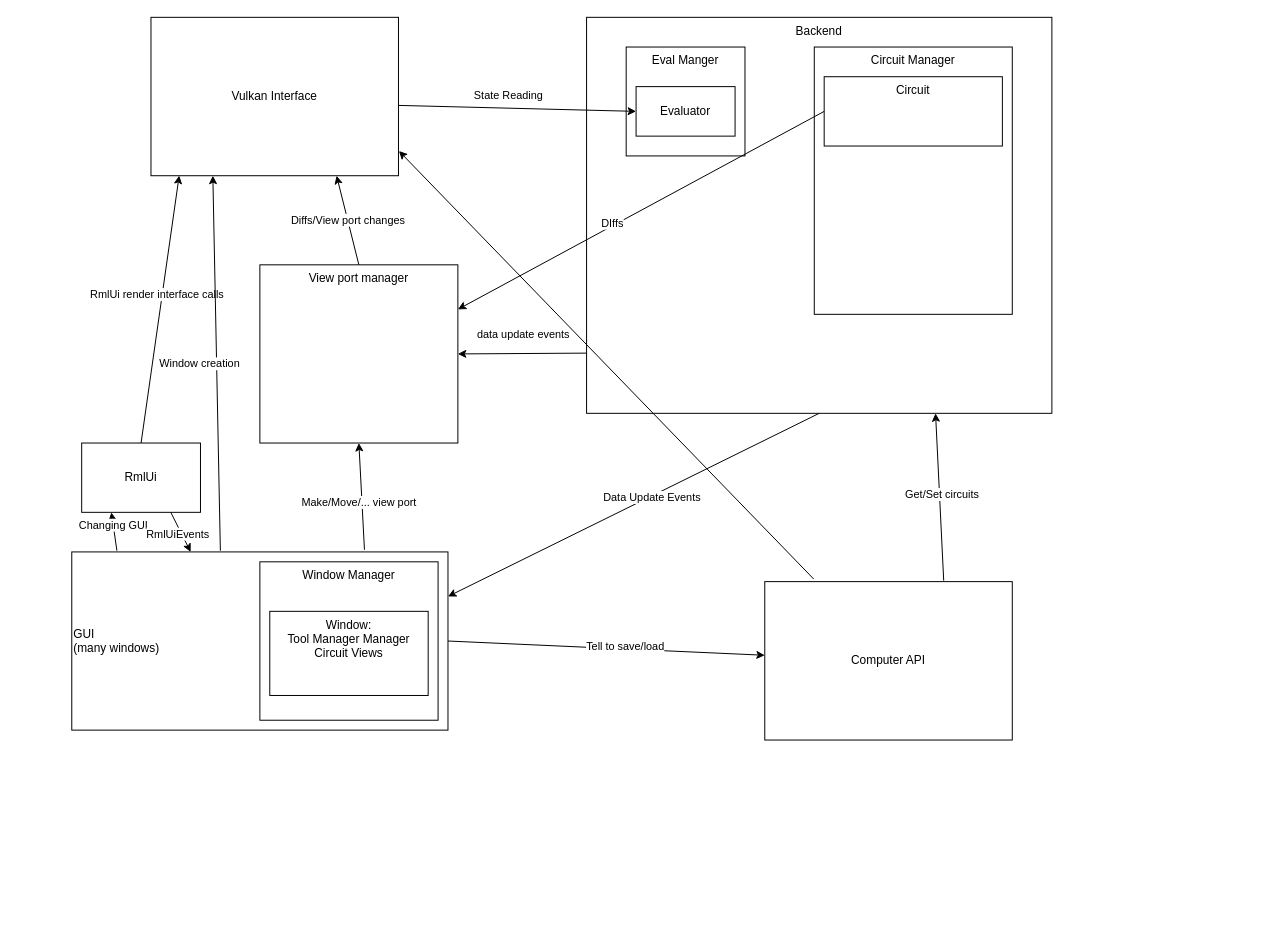
Above: docs/App Layout.drawio in Martian-Technologies/Logic-Graph-Creator (draw.io), before the change. Source tidied: cells renumbered, new cells numbered last; positions are measured from the earlier drawing's top-left corner, leaving out a move shared by most shapes. Both pictures are drawn from the tidied source at 99%, with x=0, y=0 at pixel (71, 17).
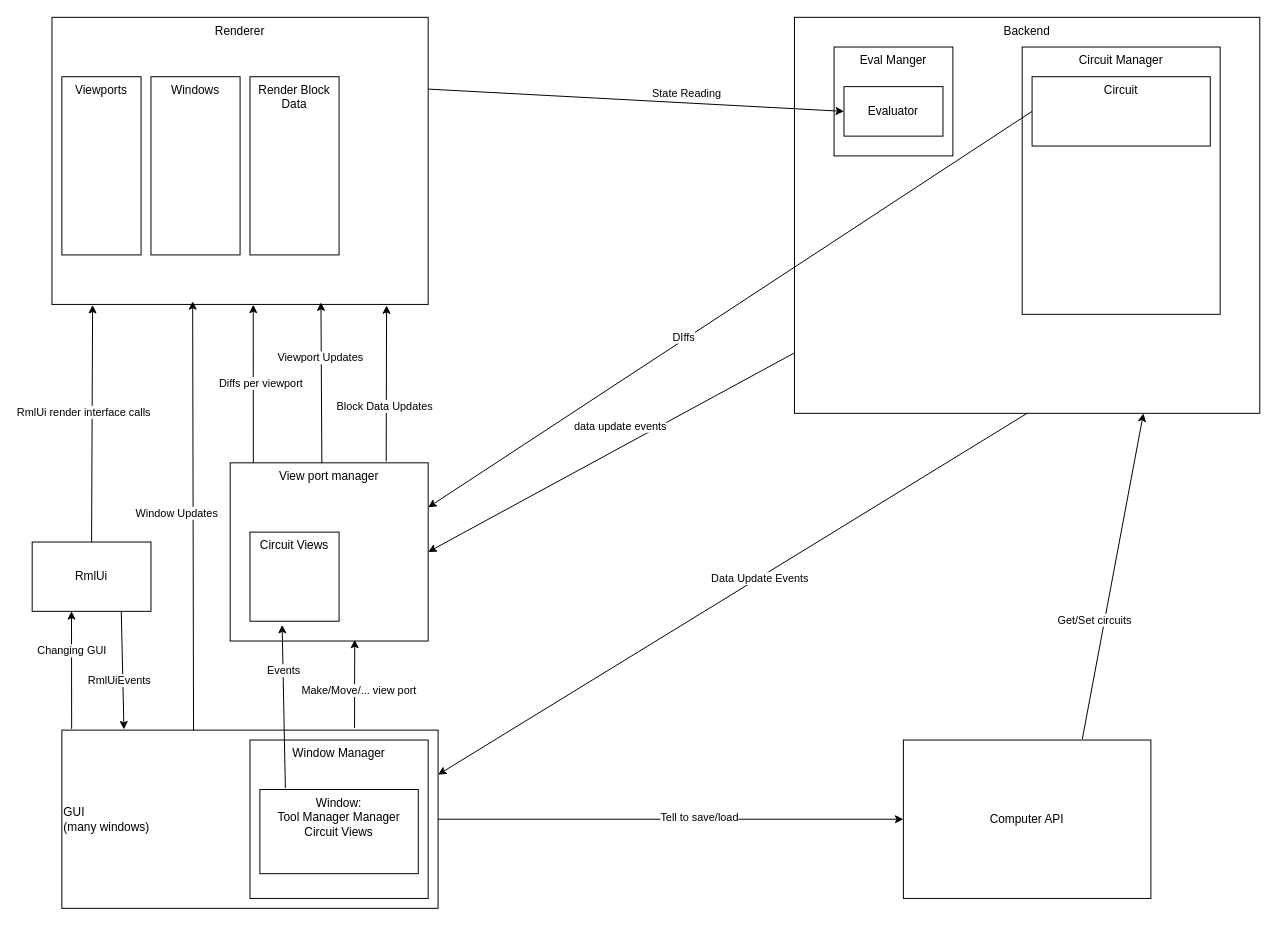
The same page after the edit.

Commit message:
Update App Diagram

What changed in the source:
```diff
@@
-    <mxCell id="2" value="Vulkan Interface" style="whiteSpace=wrap;html=1;strokeColor=default;fillColor=none;" parent="1" vertex="1">
-      <mxGeometry x="80" width="250" height="160" as="geometry" />
-    </mxCell>
     <mxCell id="3" value="Backend" style="whiteSpace=wrap;html=1;align=center;verticalAlign=top;fillColor=none;" parent="1" vertex="1">
-      <mxGeometry x="520" width="470" height="400" as="geometry" />
+      <mxGeometry x="730" width="470" height="400" as="geometry" />
     </mxCell>
     <mxCell id="4" value="GUI&lt;br&gt;(many windows)" style="whiteSpace=wrap;html=1;strokeColor=default;fillColor=none;align=left;" parent="1" vertex="1">
-      <mxGeometry y="540" width="380" height="180" as="geometry" />
+      <mxGeometry x="-10" y="720" width="380" height="180" as="geometry" />
     </mxCell>
     <mxCell id="5" value="Computer API" style="whiteSpace=wrap;html=1;strokeColor=default;fillColor=none;" parent="1" vertex="1">
-      <mxGeometry x="700" y="570" width="250" height="160" as="geometry" />
+      <mxGeometry x="840" y="730" width="250" height="160" as="geometry" />
     </mxCell>
@@
-    <mxCell id="8" style="endArrow=classic;html=1;rounded=0;exitX=0.778;exitY=-0.012;exitDx=0;exitDy=0;entryX=0.5;entryY=1;entryDx=0;entryDy=0;exitPerimeter=0;" parent="1" edge="1" source="4" target="10">
+    <mxCell id="8" style="endArrow=classic;html=1;rounded=0;exitX=0.778;exitY=-0.012;exitDx=0;exitDy=0;exitPerimeter=0;entryX=0.629;entryY=0.993;entryDx=0;entryDy=0;entryPerimeter=0;" parent="1" edge="1" source="4" target="10">
       <mxGeometry relative="1" as="geometry" />
     </mxCell>
     <mxCell id="9" value="Make/Move/... view port" style="edgeLabel;html=1;align=center;verticalAlign=middle;" parent="8" vertex="1">
       <mxGeometry x="-0.27" y="2" relative="1" as="geometry">
-        <mxPoint x="-2" y="-9" as="offset" />
+        <mxPoint x="6" y="-5" as="offset" />
       </mxGeometry>
     </mxCell>
     <mxCell id="10" value="View port manager" style="whiteSpace=wrap;html=1;verticalAlign=top;fillColor=none;" parent="1" vertex="1">
-      <mxGeometry x="190" y="250" width="200" height="180" as="geometry" />
+      <mxGeometry x="160" y="450" width="200" height="180" as="geometry" />
     </mxCell>
-    <mxCell id="11" style="endArrow=classic;html=1;rounded=0;entryX=0.25;entryY=1;entryDx=0;entryDy=0;exitX=0.12;exitY=-0.007;exitDx=0;exitDy=0;exitPerimeter=0;" parent="1" edge="1" source="4" target="13">
+    <mxCell id="11" style="endArrow=classic;html=1;rounded=0;entryX=0.331;entryY=0.998;entryDx=0;entryDy=0;exitX=0.026;exitY=-0.007;exitDx=0;exitDy=0;exitPerimeter=0;entryPerimeter=0;" parent="1" edge="1" source="4" target="13">
       <mxGeometry relative="1" as="geometry" />
     </mxCell>
@@
     <mxCell id="13" value="RmlUi" style="whiteSpace=wrap;html=1;fillColor=none;" parent="1" vertex="1">
-      <mxGeometry x="10" y="430" width="120" height="70" as="geometry" />
+      <mxGeometry x="-40" y="530" width="120" height="70" as="geometry" />
     </mxCell>
-    <mxCell id="14" style="endArrow=classic;html=1;rounded=0;exitX=0.5;exitY=0;exitDx=0;exitDy=0;entryX=0.114;entryY=0.999;entryDx=0;entryDy=0;entryPerimeter=0;" parent="1" edge="1" source="13" target="2">
+    <mxCell id="14" style="endArrow=classic;html=1;rounded=0;exitX=0.5;exitY=0;exitDx=0;exitDy=0;entryX=0.108;entryY=1.002;entryDx=0;entryDy=0;entryPerimeter=0;" parent="1" edge="1" source="13" target="2">
       <mxGeometry relative="1" as="geometry" />
     </mxCell>
@@
-    <mxCell id="16" style="endArrow=classic;html=1;rounded=0;exitX=0.75;exitY=1;exitDx=0;exitDy=0;entryX=0.316;entryY=0;entryDx=0;entryDy=0;entryPerimeter=0;" parent="1" edge="1" source="13" target="4">
+    <mxCell id="16" style="endArrow=classic;html=1;rounded=0;exitX=0.75;exitY=1;exitDx=0;exitDy=0;entryX=0.165;entryY=-0.004;entryDx=0;entryDy=0;entryPerimeter=0;" parent="1" edge="1" source="13" target="4">
       <mxGeometry relative="1" as="geometry" />
     </mxCell>
     <mxCell id="17" value="RmlUiEvents" style="edgeLabel;html=1;align=center;verticalAlign=middle;" parent="16" vertex="1">
-      <mxGeometry x="-0.02" y="-4" relative="1" as="geometry" />
+      <mxGeometry x="-0.02" y="-4" relative="1" as="geometry">
+        <mxPoint y="11" as="offset" />
+      </mxGeometry>
     </mxCell>
@@
-    <mxCell id="20" value="Diffs/View port changes" style="endArrow=classic;html=1;rounded=0;exitX=0.5;exitY=0;exitDx=0;exitDy=0;entryX=0.75;entryY=1;entryDx=0;entryDy=0;" parent="1" edge="1" source="10" target="2">
-      <mxGeometry relative="1" as="geometry" />
+    <mxCell id="20" value="Diffs per viewport" style="endArrow=classic;html=1;rounded=0;exitX=0.117;exitY=0;exitDx=0;exitDy=0;entryX=0.535;entryY=1.001;entryDx=0;entryDy=0;entryPerimeter=0;exitPerimeter=0;" parent="1" edge="1" source="10" target="2">
+      <mxGeometry y="-8" relative="1" as="geometry" />
     </mxCell>
-    <mxCell id="21" style="endArrow=classic;html=1;rounded=0;exitX=0.395;exitY=-0.007;exitDx=0;exitDy=0;exitPerimeter=0;entryX=0.25;entryY=1;entryDx=0;entryDy=0;" parent="1" edge="1" source="4" target="2">
+    <mxCell id="21" style="endArrow=classic;html=1;rounded=0;exitX=0.35;exitY=0.002;exitDx=0;exitDy=0;exitPerimeter=0;entryX=0.374;entryY=0.989;entryDx=0;entryDy=0;entryPerimeter=0;" parent="1" edge="1" source="4" target="2">
       <mxGeometry relative="1" as="geometry" />
     </mxCell>
-    <mxCell id="22" value="Window creation" style="edgeLabel;html=1;align=center;verticalAlign=middle;" parent="21" vertex="1">
+    <mxCell id="22" value="Window Updates" style="edgeLabel;html=1;align=center;verticalAlign=middle;" parent="21" vertex="1">
       <mxGeometry x="0.15" y="-4" relative="1" as="geometry">
         <mxPoint x="-21" y="29" as="offset" />
       </mxGeometry>
     </mxCell>
@@
     <mxCell id="27" value="Eval Manger" style="rounded=0;whiteSpace=wrap;html=1;verticalAlign=top;fillColor=none;" parent="1" vertex="1">
-      <mxGeometry x="560" y="30" width="120" height="110" as="geometry" />
+      <mxGeometry x="770" y="30" width="120" height="110" as="geometry" />
     </mxCell>
     <mxCell id="28" value="Circuit Manager" style="rounded=0;whiteSpace=wrap;html=1;verticalAlign=top;fillColor=none;" parent="1" vertex="1">
-      <mxGeometry x="750" y="30" width="200" height="270" as="geometry" />
+      <mxGeometry x="960" y="30" width="200" height="270" as="geometry" />
     </mxCell>
     <mxCell id="29" value="Evaluator" style="rounded=0;whiteSpace=wrap;html=1;fillColor=none;" parent="1" vertex="1">
-      <mxGeometry x="570" y="70" width="100" height="50" as="geometry" />
+      <mxGeometry x="780" y="70" width="100" height="50" as="geometry" />
     </mxCell>
-    <mxCell id="30" style="endArrow=classic;html=1;rounded=0;exitX=0.999;exitY=0.556;exitDx=0;exitDy=0;exitPerimeter=0;entryX=0;entryY=0.5;entryDx=0;entryDy=0;" parent="1" edge="1" source="2" target="29">
+    <mxCell id="30" style="endArrow=classic;html=1;rounded=0;entryX=0;entryY=0.5;entryDx=0;entryDy=0;exitX=1;exitY=0.25;exitDx=0;exitDy=0;" parent="1" edge="1" source="2" target="29">
       <mxGeometry relative="1" as="geometry" />
     </mxCell>
@@
     <mxCell id="32" value="Window Manager" style="rounded=0;whiteSpace=wrap;html=1;fillColor=none;verticalAlign=top;" parent="1" vertex="1">
-      <mxGeometry x="190" y="550" width="180" height="160" as="geometry" />
+      <mxGeometry x="180" y="730" width="180" height="160" as="geometry" />
     </mxCell>
     <mxCell id="33" value="Window:&lt;div&gt;Tool Manager&amp;nbsp;&lt;span style=&quot;background-color: transparent; color: light-dark(rgb(0, 0, 0), rgb(255, 255, 255));&quot;&gt;Manager&lt;/span&gt;&lt;/div&gt;&lt;div&gt;&lt;span style=&quot;background-color: transparent; color: light-dark(rgb(0, 0, 0), rgb(255, 255, 255));&quot;&gt;Circuit Views&lt;/span&gt;&lt;/div&gt;" style="rounded=0;whiteSpace=wrap;html=1;fillColor=none;verticalAlign=top;" parent="1" vertex="1">
-      <mxGeometry x="200" y="600" width="160" height="85" as="geometry" />
+      <mxGeometry x="190" y="780" width="160" height="85" as="geometry" />
     </mxCell>
     <mxCell id="34" value="Circuit" style="rounded=0;whiteSpace=wrap;html=1;verticalAlign=top;fillColor=none;" parent="1" vertex="1">
-      <mxGeometry x="760" y="60" width="180" height="70" as="geometry" />
+      <mxGeometry x="970" y="60" width="180" height="70" as="geometry" />
     </mxCell>
@@
-    <mxCell id="37" style="endArrow=classic;html=1;rounded=0;exitX=0.198;exitY=-0.016;exitDx=0;exitDy=0;exitPerimeter=0;entryX=1.002;entryY=0.844;entryDx=0;entryDy=0;entryPerimeter=0;" parent="1" edge="1" source="5" target="2">
-      <mxGeometry relative="1" as="geometry" />
-    </mxCell>
+    <mxCell id="2" value="Renderer" style="whiteSpace=wrap;html=1;strokeColor=default;fillColor=none;verticalAlign=top;" parent="1" vertex="1">
+      <mxGeometry x="-20" width="380" height="290" as="geometry" />
+    </mxCell>
+    <mxCell id="38" value="Viewports" style="whiteSpace=wrap;html=1;strokeColor=default;fillColor=none;verticalAlign=top;" parent="1" vertex="1">
+      <mxGeometry x="-10" y="60" width="80" height="180" as="geometry" />
+    </mxCell>
+    <mxCell id="39" value="Windows" style="whiteSpace=wrap;html=1;strokeColor=default;fillColor=none;verticalAlign=top;" parent="1" vertex="1">
+      <mxGeometry x="80" y="60" width="90" height="180" as="geometry" />
+    </mxCell>
+    <mxCell id="40" value="Render Block Data" style="whiteSpace=wrap;html=1;strokeColor=default;fillColor=none;verticalAlign=top;" parent="1" vertex="1">
+      <mxGeometry x="180" y="60" width="90" height="180" as="geometry" />
+    </mxCell>
+    <mxCell id="41" style="endArrow=classic;html=1;rounded=0;exitX=0.463;exitY=0.002;exitDx=0;exitDy=0;exitPerimeter=0;entryX=0.715;entryY=0.993;entryDx=0;entryDy=0;entryPerimeter=0;" parent="1" edge="1" source="10" target="2">
+      <mxGeometry relative="1" as="geometry" />
+    </mxCell>
+    <mxCell id="42" value="Viewport Updates" style="edgeLabel;html=1;align=center;verticalAlign=middle;" parent="41" vertex="1">
+      <mxGeometry x="0.32" y="2" relative="1" as="geometry" />
+    </mxCell>
+    <mxCell id="43" style="endArrow=classic;html=1;rounded=0;exitX=0.788;exitY=-0.007;exitDx=0;exitDy=0;exitPerimeter=0;" parent="1" edge="1" source="10">
+      <mxGeometry relative="1" as="geometry">
+        <mxPoint x="318" y="291" as="targetPoint" />
+      </mxGeometry>
+    </mxCell>
+    <mxCell id="44" value="Block Data Updates" style="edgeLabel;html=1;align=center;verticalAlign=middle;" parent="43" vertex="1">
+      <mxGeometry x="0.32" y="2" relative="1" as="geometry">
+        <mxPoint y="48" as="offset" />
+      </mxGeometry>
+    </mxCell>
+    <mxCell id="45" value="Circuit Views" style="whiteSpace=wrap;html=1;strokeColor=default;fillColor=none;verticalAlign=top;" parent="1" vertex="1">
+      <mxGeometry x="180" y="520" width="90" height="90" as="geometry" />
+    </mxCell>
+    <mxCell id="46" style="endArrow=classic;html=1;rounded=0;exitX=0.161;exitY=-0.016;exitDx=0;exitDy=0;entryX=0.361;entryY=1.041;entryDx=0;entryDy=0;exitPerimeter=0;entryPerimeter=0;" parent="1" edge="1" source="33" target="45">
+      <mxGeometry relative="1" as="geometry" />
+    </mxCell>
+    <mxCell id="47" value="Events" style="edgeLabel;html=1;align=center;verticalAlign=middle;" parent="46" vertex="1">
+      <mxGeometry x="0.44" relative="1" as="geometry" />
+    </mxCell>
```
